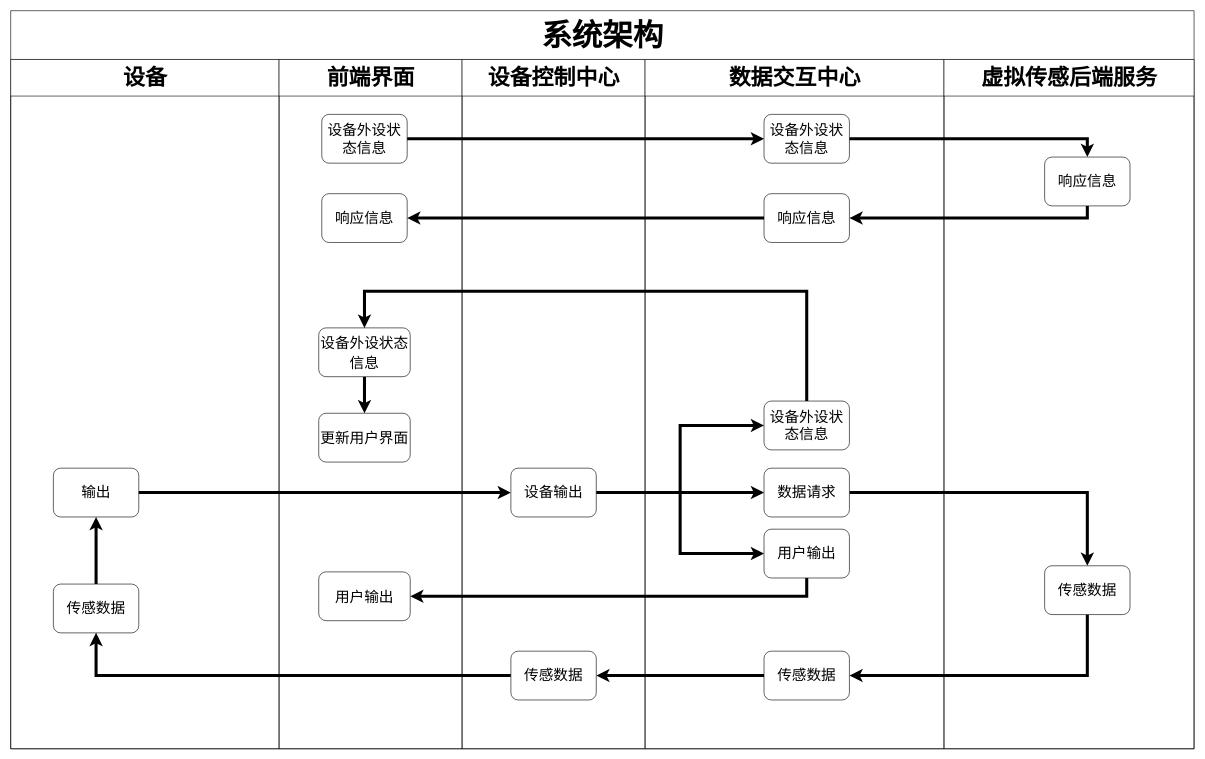
Placeboy/FakeHub keeps this draw.io diagram as Copy of architecture.drawio. Above is the earlier version. Source tidied: cells renumbered, new cells numbered last; positions are measured from the earlier drawing's top-left corner, leaving out a move shared by most shapes. Both pictures are drawn from the tidied source at 61%, with x=0, y=0 at pixel (10, 10).
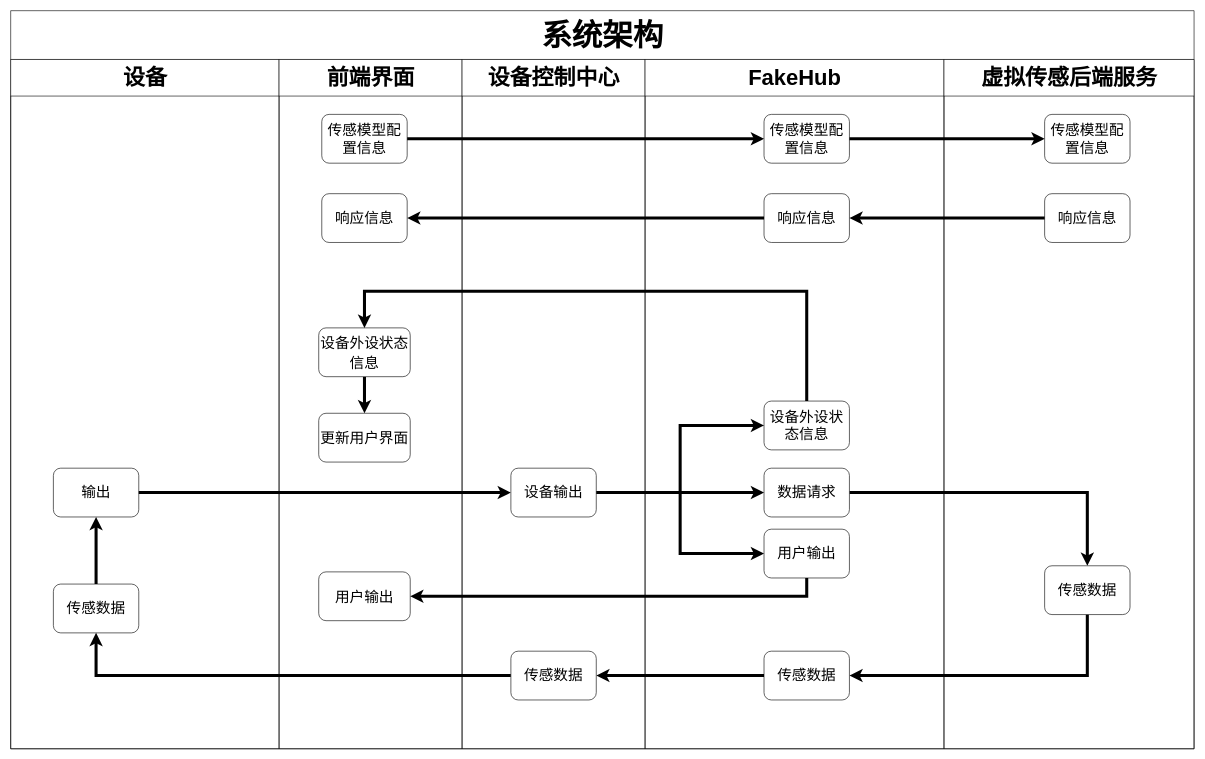
The same diagram, later.

Unchanged cells that the change refers to:
```xml
<mxCell id="2" value="&lt;font style=&quot;font-size: 50px;&quot;&gt;系统架构&lt;/font&gt;" style="swimlane;html=1;startSize=80;rounded=0;shadow=0;labelBackgroundColor=none;strokeWidth=1;fontFamily=Verdana;fontSize=8;align=center;" parent="1" vertex="1">
  <mxGeometry width="1940" height="1210" as="geometry" />
</mxCell>
<mxCell id="7" value="&lt;font style=&quot;font-size: 36px;&quot;&gt;前端界面&lt;/font&gt;" style="swimlane;html=1;startSize=60;swimlaneLine=1;glass=0;shadow=0;arcSize=15;" parent="2" vertex="1">
  <mxGeometry x="440" y="80" width="300" height="1130" as="geometry" />
</mxCell>
<mxCell id="33" value="&lt;span style=&quot;font-size: 24px&quot;&gt;响应信息&lt;/span&gt;" style="rounded=1;whiteSpace=wrap;html=1;align=center;" parent="27" vertex="1">
  <mxGeometry x="195" y="220" width="140" height="80" as="geometry" />
</mxCell>
<mxCell id="34" value="&lt;font style=&quot;font-size: 36px;&quot;&gt;虚拟传感后端服务&lt;/font&gt;" style="swimlane;html=1;startSize=60;" parent="2" vertex="1">
  <mxGeometry x="1530" y="80" width="410" height="1130" as="geometry" />
</mxCell>
```

What changed in the source:
```diff
@@
-    <mxCell id="12" value="&lt;span style=&quot;font-size: 24px&quot;&gt;设备外设状态信息&lt;/span&gt;" style="rounded=1;whiteSpace=wrap;html=1;align=center;" parent="7" vertex="1">
+    <mxCell id="12" value="&lt;span style=&quot;font-size: 24px;&quot;&gt;传感模型配置信息&lt;/span&gt;" style="rounded=1;whiteSpace=wrap;html=1;align=center;" parent="7" vertex="1">
       <mxGeometry x="70" y="90" width="140" height="80" as="geometry" />
     </mxCell>
@@
-    <mxCell id="27" value="&lt;font style=&quot;font-size: 36px;&quot;&gt;数据交互中心&lt;/font&gt;" style="swimlane;html=1;startSize=60;" parent="2" vertex="1">
+    <mxCell id="27" value="&lt;span style=&quot;font-size: 36px;&quot;&gt;FakeHub&lt;/span&gt;" style="swimlane;html=1;startSize=60;" parent="2" vertex="1">
       <mxGeometry x="1040" y="80" width="490" height="1130" as="geometry" />
     </mxCell>
@@
-    <mxCell id="32" value="&lt;span style=&quot;font-size: 24px&quot;&gt;设备外设状态信息&lt;/span&gt;" style="rounded=1;whiteSpace=wrap;html=1;align=center;" parent="27" vertex="1">
+    <mxCell id="32" value="&lt;span style=&quot;font-size: 24px;&quot;&gt;传感模型配置信息&lt;/span&gt;" style="rounded=1;whiteSpace=wrap;html=1;align=center;" parent="27" vertex="1">
       <mxGeometry x="195" y="90" width="140" height="80" as="geometry" />
     </mxCell>
@@
     <mxCell id="36" value="&lt;span style=&quot;font-size: 24px;&quot;&gt;响应信息&lt;/span&gt;" style="rounded=1;whiteSpace=wrap;html=1;align=center;" parent="34" vertex="1">
-      <mxGeometry x="165" y="160" width="140" height="80" as="geometry" />
+      <mxGeometry x="165" y="220" width="140" height="80" as="geometry" />
     </mxCell>
+    <mxCell id="41" value="&lt;span style=&quot;font-size: 24px;&quot;&gt;传感模型配置信息&lt;/span&gt;" style="rounded=1;whiteSpace=wrap;html=1;align=center;" parent="34" vertex="1">
+      <mxGeometry x="165" y="90" width="140" height="80" as="geometry" />
+    </mxCell>
@@
-    <mxCell id="39" style="edgeStyle=orthogonalEdgeStyle;rounded=0;jettySize=auto;html=1;entryX=0.5;entryY=0;entryDx=0;entryDy=0;strokeWidth=5;" parent="2" edge="1" source="32" target="36">
-      <mxGeometry relative="1" as="geometry" />
-    </mxCell>
     <mxCell id="40" style="edgeStyle=orthogonalEdgeStyle;rounded=0;jettySize=auto;html=1;strokeWidth=5;" parent="2" edge="1" source="36" target="33">
       <mxGeometry relative="1" as="geometry">
         <Array as="points">
-          <mxPoint x="1765" y="280" />
+          <mxPoint x="1610" y="340" />
+          <mxPoint x="1610" y="340" />
         </Array>
       </mxGeometry>
     </mxCell>
+    <mxCell id="42" style="edgeStyle=orthogonalEdgeStyle;rounded=0;jettySize=auto;html=1;entryX=0;entryY=0.5;entryDx=0;entryDy=0;strokeWidth=5;" parent="2" edge="1" source="32" target="41">
+      <mxGeometry relative="1" as="geometry" />
+    </mxCell>
```
